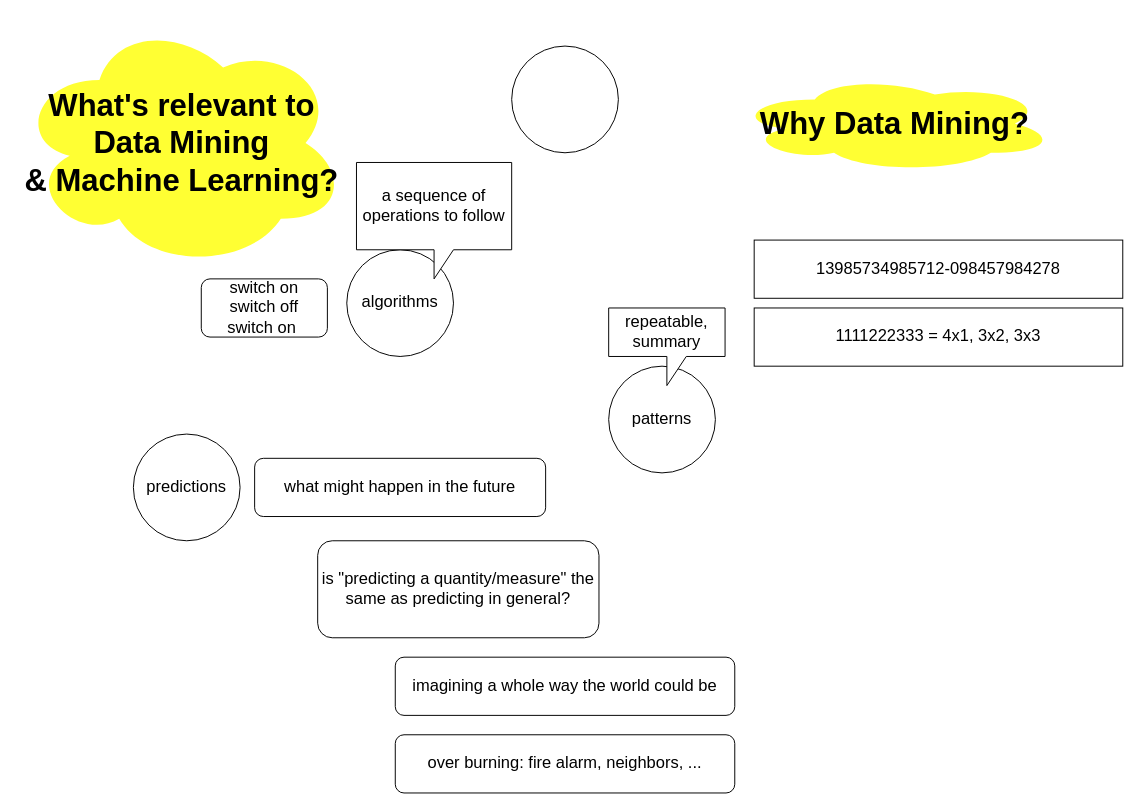
michaelburgess-d/drawio keeps this draw.io diagram as page "WhyDM?" (2 of 5) of IntroDataMining.drawio. Above is the earlier version. Source tidied: cells renumbered, new cells numbered last; positions are measured from the earlier drawing's top-left corner, leaving out a move shared by most shapes. Both pictures are drawn from the tidied source at 97%, with x=0, y=0 at pixel (16, 16).
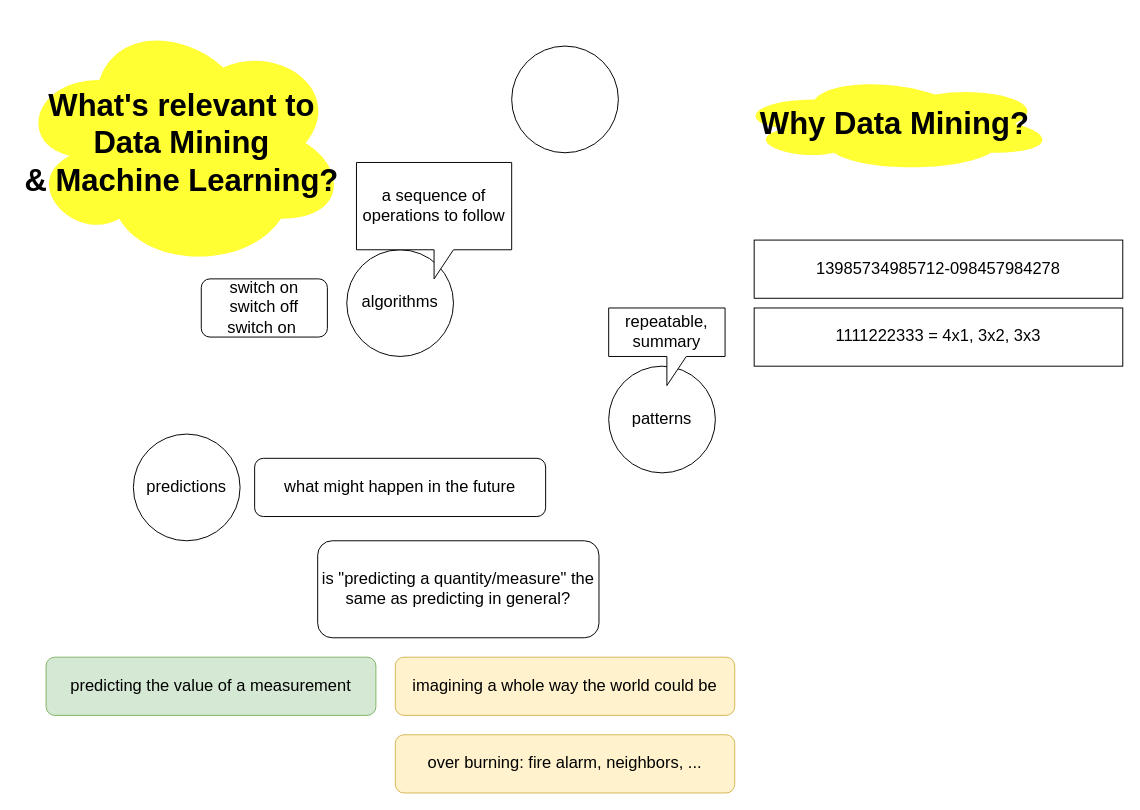
After the change.

The edit, as a diff of the source:
```diff
@@
 <mxGraphModel>
   <root>
     <mxCell id="0" />
     <mxCell id="1" parent="0" />
     <mxCell id="2" value="Why Data Mining?" style="ellipse;shape=cloud;whiteSpace=wrap;html=1;fillColor=#FFFF33;strokeColor=none;fontFamily=Barlow Condensed;fontSize=32;fontStyle=1;" parent="1" vertex="1">
       <mxGeometry x="740" y="60" width="330" height="100" as="geometry" />
     </mxCell>
     <mxCell id="3" value="What's relevant to &lt;br&gt;Data Mining &lt;br&gt;&amp;amp; Machine Learning?" style="ellipse;shape=cloud;whiteSpace=wrap;html=1;fillColor=#FFFF33;strokeColor=none;fontFamily=Barlow Condensed;fontSize=32;fontStyle=1;" parent="1" vertex="1">
       <mxGeometry width="340" height="260" as="geometry" />
     </mxCell>
     <mxCell id="4" style="ellipse;whiteSpace=wrap;html=1;fontSize=17;" parent="1" vertex="1">
       <mxGeometry x="510" y="30" width="110" height="110" as="geometry" />
     </mxCell>
     <mxCell id="5" value="predictions" style="ellipse;whiteSpace=wrap;html=1;fontSize=17;" parent="1" vertex="1">
       <mxGeometry x="120" y="430" width="110" height="110" as="geometry" />
     </mxCell>
     <mxCell id="6" value="patterns" style="ellipse;whiteSpace=wrap;html=1;fontSize=17;" parent="1" vertex="1">
       <mxGeometry x="610" y="360" width="110" height="110" as="geometry" />
     </mxCell>
     <mxCell id="7" value="algorithms" style="ellipse;whiteSpace=wrap;html=1;fontSize=17;" parent="1" vertex="1">
       <mxGeometry x="340" y="240" width="110" height="110" as="geometry" />
     </mxCell>
     <mxCell id="8" value="a sequence of operations to follow" style="shape=callout;whiteSpace=wrap;html=1;perimeter=calloutPerimeter;fontSize=17;" parent="1" vertex="1">
       <mxGeometry x="350" y="150" width="160" height="120" as="geometry" />
     </mxCell>
     <mxCell id="9" value="switch on&lt;br&gt;switch off&lt;br&gt;switch on&amp;nbsp;" style="rounded=1;whiteSpace=wrap;html=1;fontSize=17;" parent="1" vertex="1">
       <mxGeometry x="190" y="270" width="130" height="60" as="geometry" />
     </mxCell>
     <mxCell id="10" value="repeatable, summary" style="shape=callout;whiteSpace=wrap;html=1;perimeter=calloutPerimeter;fontSize=17;" parent="1" vertex="1">
       <mxGeometry x="610" y="300" width="120" height="80" as="geometry" />
     </mxCell>
     <mxCell id="11" value="13985734985712-098457984278" style="rounded=0;whiteSpace=wrap;html=1;fontSize=17;" parent="1" vertex="1">
       <mxGeometry x="760" y="230" width="380" height="60" as="geometry" />
     </mxCell>
     <mxCell id="12" value="1111222333 = 4x1, 3x2, 3x3" style="rounded=0;whiteSpace=wrap;html=1;fontSize=17;" parent="1" vertex="1">
       <mxGeometry x="760" y="300" width="380" height="60" as="geometry" />
     </mxCell>
     <mxCell id="13" value="what might happen in the future" style="rounded=1;whiteSpace=wrap;html=1;fontSize=17;" parent="1" vertex="1">
       <mxGeometry x="245" y="455" width="300" height="60" as="geometry" />
     </mxCell>
     <mxCell id="14" value="is &quot;predicting a quantity/measure&quot; the same as predicting in general?" style="rounded=1;whiteSpace=wrap;html=1;fontSize=17;" parent="1" vertex="1">
       <mxGeometry x="310" y="540" width="290" height="100" as="geometry" />
     </mxCell>
-    <mxCell id="15" value="imagining a whole way the world could be" style="rounded=1;whiteSpace=wrap;html=1;fontSize=17;" parent="1" vertex="1">
+    <mxCell id="15" value="imagining a whole way the world could be" style="rounded=1;whiteSpace=wrap;html=1;fontSize=17;fillColor=#fff2cc;strokeColor=#d6b656;" parent="1" vertex="1">
       <mxGeometry x="390" y="660" width="350" height="60" as="geometry" />
     </mxCell>
-    <mxCell id="16" value="over burning: fire alarm, neighbors, ..." style="rounded=1;whiteSpace=wrap;html=1;fontSize=17;" parent="1" vertex="1">
+    <mxCell id="16" value="over burning: fire alarm, neighbors, ..." style="rounded=1;whiteSpace=wrap;html=1;fontSize=17;fillColor=#fff2cc;strokeColor=#d6b656;" parent="1" vertex="1">
       <mxGeometry x="390" y="740" width="350" height="60" as="geometry" />
     </mxCell>
+    <mxCell id="17" value="predicting the value of a measurement" style="rounded=1;whiteSpace=wrap;html=1;fontSize=17;fillColor=#d5e8d4;strokeColor=#82b366;" parent="1" vertex="1">
+      <mxGeometry x="30" y="660" width="340" height="60" as="geometry" />
+    </mxCell>
   </root>
 </mxGraphModel>
```
